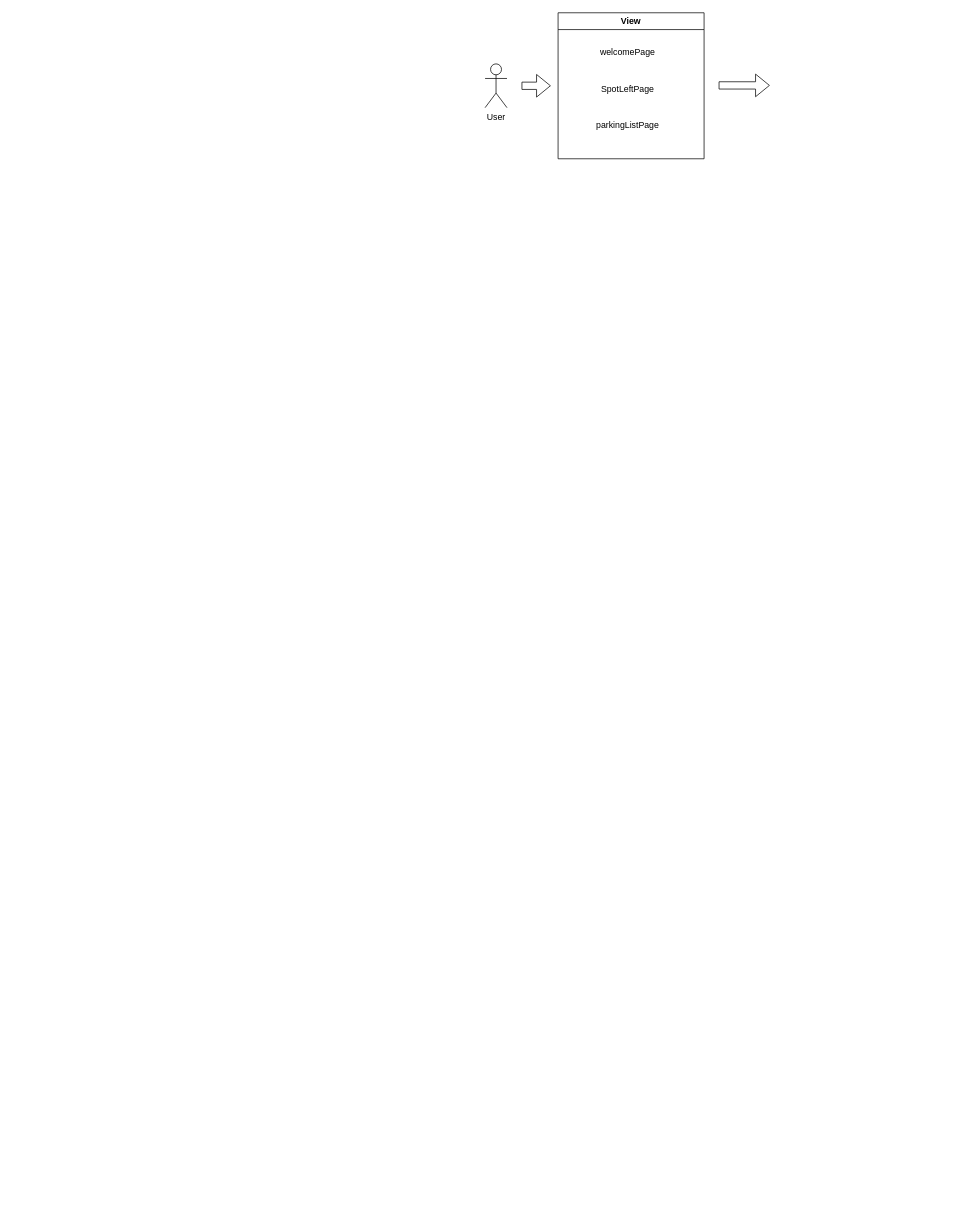
Earlier version of the draw.io diagram sql/Untitled Diagram.drawio (SalkCoding/ParkingHere). Source tidied: cells renumbered, new cells numbered last; positions are measured from the earlier drawing's top-left corner, leaving out a move shared by most shapes. Both pictures are drawn from the tidied source at 73%, with x=0, y=0 at pixel (485, 12).
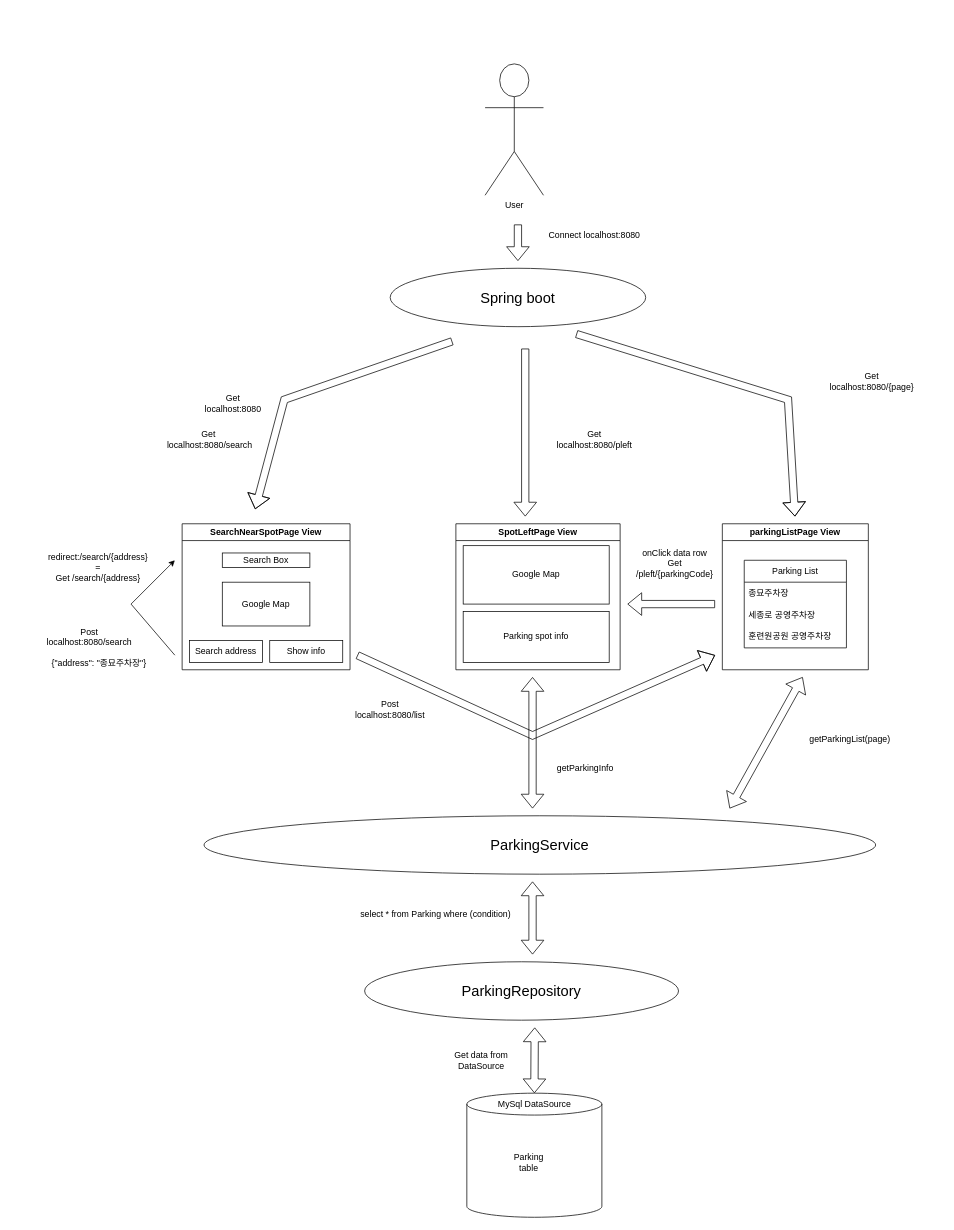
Above is the later version.

Change to the diagram source:
```diff
@@
     <mxCell id="2" value="User" style="shape=umlActor;verticalLabelPosition=bottom;verticalAlign=top;html=1;" parent="1" vertex="1">
-      <mxGeometry y="70" width="30" height="60" as="geometry" />
+      <mxGeometry y="70" width="80" height="180" as="geometry" />
     </mxCell>
-    <mxCell id="3" value="View" style="swimlane;whiteSpace=wrap;html=1;" parent="1" vertex="1">
-      <mxGeometry x="100" width="200" height="200" as="geometry" />
-    </mxCell>
-    <mxCell id="4" value="parkingListPage" style="text;html=1;align=center;verticalAlign=middle;strokeColor=none;fillColor=none;" parent="3" vertex="1">
-      <mxGeometry x="40" y="140" width="110" height="30" as="geometry" />
-    </mxCell>
-    <mxCell id="5" value="SpotLeftPage" style="text;html=1;align=center;verticalAlign=middle;strokeColor=none;fillColor=none;" parent="3" vertex="1">
-      <mxGeometry x="45" y="90" width="100" height="30" as="geometry" />
-    </mxCell>
-    <mxCell id="6" value="welcomePage" style="text;html=1;align=center;verticalAlign=middle;strokeColor=none;fillColor=none;" parent="3" vertex="1">
-      <mxGeometry x="45" y="40" width="100" height="30" as="geometry" />
-    </mxCell>
     <mxCell id="7" style="shape=flexArrow;endArrow=classic;html=1;rounded=0;" parent="1" edge="1">
       <mxGeometry relative="1" as="geometry">
-        <mxPoint x="50" y="100" as="sourcePoint" />
-        <mxPoint x="90" y="100" as="targetPoint" />
+        <mxPoint x="-45" y="450" as="sourcePoint" />
+        <mxPoint x="-315" y="680" as="targetPoint" />
+        <Array as="points">
+          <mxPoint x="-275" y="530" />
+        </Array>
       </mxGeometry>
     </mxCell>
-    <mxCell id="8" style="shape=flexArrow;endArrow=classic;html=1;rounded=0;" parent="1" edge="1">
-      <mxGeometry relative="1" as="geometry">
-        <mxPoint x="320" y="99.5" as="sourcePoint" />
-        <mxPoint x="390" y="99.5" as="targetPoint" />
-      </mxGeometry>
-    </mxCell>
+    <mxCell id="9" style="group;" parent="1" vertex="1">
+      <mxGeometry x="-25" y="1480" width="185" height="170" as="geometry" />
+    </mxCell>
+    <mxCell id="10" style="shape=cylinder3;whiteSpace=wrap;html=1;boundedLbl=1;backgroundOutline=1;size=15;" parent="9" vertex="1">
+      <mxGeometry width="185" height="170" as="geometry" />
+    </mxCell>
+    <mxCell id="11" value="MySql DataSource" style="text;html=1;strokeColor=none;fillColor=none;align=center;verticalAlign=middle;whiteSpace=wrap;rounded=0;" parent="9" vertex="1">
+      <mxGeometry x="27.5" width="130" height="30" as="geometry" />
+    </mxCell>
+    <mxCell id="12" value="Parking table" style="text;html=1;strokeColor=none;fillColor=none;align=center;verticalAlign=middle;whiteSpace=wrap;rounded=0;" parent="9" vertex="1">
+      <mxGeometry x="55" y="80" width="60" height="30" as="geometry" />
+    </mxCell>
+    <mxCell id="13" value="SearchNearSpotPage View" style="swimlane;whiteSpace=wrap;html=1;" parent="1" vertex="1">
+      <mxGeometry x="-415" y="700" width="230" height="200" as="geometry" />
+    </mxCell>
+    <mxCell id="14" value="Search Box" style="rounded=0;whiteSpace=wrap;html=1;" parent="13" vertex="1">
+      <mxGeometry x="55" y="40" width="120" height="20" as="geometry" />
+    </mxCell>
+    <mxCell id="15" value="Google Map" style="rounded=0;whiteSpace=wrap;html=1;" parent="13" vertex="1">
+      <mxGeometry x="55" y="80" width="120" height="60" as="geometry" />
+    </mxCell>
+    <mxCell id="16" value="Search address" style="rounded=0;whiteSpace=wrap;html=1;" parent="13" vertex="1">
+      <mxGeometry x="10" y="160" width="100" height="30" as="geometry" />
+    </mxCell>
+    <mxCell id="17" value="Show info" style="rounded=0;whiteSpace=wrap;html=1;" parent="13" vertex="1">
+      <mxGeometry x="120" y="160" width="100" height="30" as="geometry" />
+    </mxCell>
+    <mxCell id="18" value="Get&lt;br&gt;localhost:8080" style="text;html=1;strokeColor=none;fillColor=none;align=center;verticalAlign=middle;whiteSpace=wrap;rounded=0;" parent="1" vertex="1">
+      <mxGeometry x="-395" y="520" width="100" height="30" as="geometry" />
+    </mxCell>
+    <mxCell id="19" value="&lt;font style=&quot;font-size: 20px;&quot;&gt;ParkingService&lt;/font&gt;" style="ellipse;whiteSpace=wrap;html=1;" parent="1" vertex="1">
+      <mxGeometry x="-385" y="1100" width="920" height="80" as="geometry" />
+    </mxCell>
+    <mxCell id="20" value="&lt;font style=&quot;font-size: 20px;&quot;&gt;ParkingRepository&lt;/font&gt;" style="ellipse;whiteSpace=wrap;html=1;" parent="1" vertex="1">
+      <mxGeometry x="-165" y="1300" width="430" height="80" as="geometry" />
+    </mxCell>
+    <mxCell id="21" style="shape=flexArrow;endArrow=classic;startArrow=classic;html=1;rounded=0;" parent="1" edge="1">
+      <mxGeometry relative="1" as="geometry">
+        <mxPoint x="65" y="1290" as="sourcePoint" />
+        <mxPoint x="65" y="1190" as="targetPoint" />
+      </mxGeometry>
+    </mxCell>
+    <mxCell id="22" style="shape=flexArrow;endArrow=classic;startArrow=classic;html=1;rounded=0;" parent="1" edge="1" source="11">
+      <mxGeometry relative="1" as="geometry">
+        <mxPoint x="68" y="1390" as="targetPoint" />
+      </mxGeometry>
+    </mxCell>
+    <mxCell id="23" value="Get data from DataSource" style="text;html=1;strokeColor=none;fillColor=none;align=center;verticalAlign=middle;whiteSpace=wrap;rounded=0;" parent="1" vertex="1">
+      <mxGeometry x="-75" y="1420" width="140" height="30" as="geometry" />
+    </mxCell>
+    <mxCell id="24" value="SpotLeftPage View" style="swimlane;whiteSpace=wrap;html=1;" parent="1" vertex="1">
+      <mxGeometry x="-40" y="700" width="225" height="200" as="geometry" />
+    </mxCell>
+    <mxCell id="25" value="Google Map" style="rounded=0;whiteSpace=wrap;html=1;" parent="24" vertex="1">
+      <mxGeometry x="10" y="30" width="200" height="80" as="geometry" />
+    </mxCell>
+    <mxCell id="26" value="Parking spot info" style="rounded=0;whiteSpace=wrap;html=1;" parent="24" vertex="1">
+      <mxGeometry x="10" y="120" width="200" height="70" as="geometry" />
+    </mxCell>
+    <mxCell id="27" value="Get&amp;nbsp;&lt;br&gt;localhost:8080/search" style="text;html=1;strokeColor=none;fillColor=none;align=center;verticalAlign=middle;whiteSpace=wrap;rounded=0;" parent="1" vertex="1">
+      <mxGeometry x="-437.5" y="570" width="120" height="30" as="geometry" />
+    </mxCell>
+    <mxCell id="28" style="shape=flexArrow;endArrow=classic;html=1;rounded=0;" parent="1" edge="1">
+      <mxGeometry relative="1" as="geometry">
+        <mxPoint x="55" y="460" as="sourcePoint" />
+        <mxPoint x="55" y="690" as="targetPoint" />
+      </mxGeometry>
+    </mxCell>
+    <mxCell id="29" value="parkingListPage View" style="swimlane;whiteSpace=wrap;html=1;" parent="1" vertex="1">
+      <mxGeometry x="325" y="700" width="200" height="200" as="geometry" />
+    </mxCell>
+    <mxCell id="30" value="Parking List" style="swimlane;fontStyle=0;horizontal=1;startSize=30;whiteSpace=wrap;html=1;" parent="29" vertex="1">
+      <mxGeometry x="30" y="50" width="140" height="120" as="geometry" />
+    </mxCell>
+    <mxCell id="31" value="종묘주차장" style="text;strokeColor=none;fillColor=none;align=left;verticalAlign=middle;spacingLeft=4;spacingRight=4;overflow=hidden;whiteSpace=wrap;html=1;" parent="30" vertex="1">
+      <mxGeometry y="30" width="140" height="30" as="geometry" />
+    </mxCell>
+    <mxCell id="32" value="세종로 공영주차장" style="text;strokeColor=none;fillColor=none;align=left;verticalAlign=middle;spacingLeft=4;spacingRight=4;overflow=hidden;whiteSpace=wrap;html=1;" parent="30" vertex="1">
+      <mxGeometry y="60" width="140" height="30" as="geometry" />
+    </mxCell>
+    <mxCell id="33" value="훈련원공원 공영주차장" style="text;strokeColor=none;fillColor=none;align=left;verticalAlign=middle;spacingLeft=4;spacingRight=4;overflow=hidden;whiteSpace=wrap;html=1;" parent="30" vertex="1">
+      <mxGeometry y="90" width="140" height="30" as="geometry" />
+    </mxCell>
+    <mxCell id="34" style="shape=flexArrow;endArrow=classic;html=1;rounded=0;" parent="1" edge="1">
+      <mxGeometry relative="1" as="geometry">
+        <mxPoint x="125" y="440" as="sourcePoint" />
+        <mxPoint x="424.5" y="690" as="targetPoint" />
+        <Array as="points">
+          <mxPoint x="415" y="530" />
+        </Array>
+      </mxGeometry>
+    </mxCell>
+    <mxCell id="35" value="Get&lt;br&gt;localhost:8080/pleft" style="text;html=1;strokeColor=none;fillColor=none;align=center;verticalAlign=middle;whiteSpace=wrap;rounded=0;" parent="1" vertex="1">
+      <mxGeometry x="55" y="570" width="190" height="30" as="geometry" />
+    </mxCell>
+    <mxCell id="36" value="Get&lt;br&gt;localhost:8080/{page}" style="text;html=1;strokeColor=none;fillColor=none;align=center;verticalAlign=middle;whiteSpace=wrap;rounded=0;" parent="1" vertex="1">
+      <mxGeometry x="435" y="490" width="190" height="30" as="geometry" />
+    </mxCell>
+    <mxCell id="37" style="shape=flexArrow;endArrow=classic;startArrow=classic;html=1;rounded=0;" parent="1" edge="1">
+      <mxGeometry relative="1" as="geometry">
+        <mxPoint x="335" y="1090" as="sourcePoint" />
+        <mxPoint x="435" y="910" as="targetPoint" />
+      </mxGeometry>
+    </mxCell>
+    <mxCell id="38" style="shape=flexArrow;endArrow=classic;startArrow=classic;html=1;rounded=0;" parent="1" edge="1">
+      <mxGeometry relative="1" as="geometry">
+        <mxPoint x="65" y="1090" as="sourcePoint" />
+        <mxPoint x="65" y="910" as="targetPoint" />
+      </mxGeometry>
+    </mxCell>
+    <mxCell id="39" value="getParkingList(page)" style="text;html=1;strokeColor=none;fillColor=none;align=center;verticalAlign=middle;whiteSpace=wrap;rounded=0;" parent="1" vertex="1">
+      <mxGeometry x="435" y="980" width="130" height="30" as="geometry" />
+    </mxCell>
+    <mxCell id="40" value="select * from Parking where (condition)" style="text;html=1;strokeColor=none;fillColor=none;align=center;verticalAlign=middle;whiteSpace=wrap;rounded=0;" parent="1" vertex="1">
+      <mxGeometry x="-190" y="1220" width="245" height="30" as="geometry" />
+    </mxCell>
+    <mxCell id="41" style="shape=flexArrow;endArrow=classic;html=1;rounded=0;" parent="1" edge="1">
+      <mxGeometry relative="1" as="geometry">
+        <mxPoint x="315" y="810" as="sourcePoint" />
+        <mxPoint x="195" y="810" as="targetPoint" />
+      </mxGeometry>
+    </mxCell>
+    <mxCell id="42" value="onClick data row&lt;br&gt;Get&lt;br&gt;/pleft/{parkingCode}" style="text;html=1;strokeColor=none;fillColor=none;align=center;verticalAlign=middle;whiteSpace=wrap;rounded=0;" parent="1" vertex="1">
+      <mxGeometry x="205" y="720" width="110" height="70" as="geometry" />
+    </mxCell>
+    <mxCell id="43" style="shape=flexArrow;endArrow=classic;html=1;rounded=0;" parent="1" edge="1">
+      <mxGeometry relative="1" as="geometry">
+        <mxPoint x="-175" y="880" as="sourcePoint" />
+        <mxPoint x="315" y="880" as="targetPoint" />
+        <Array as="points">
+          <mxPoint x="65" y="990" />
+        </Array>
+      </mxGeometry>
+    </mxCell>
+    <mxCell id="44" value="Post&lt;br&gt;localhost:8080/list" style="text;html=1;strokeColor=none;fillColor=none;align=center;verticalAlign=middle;whiteSpace=wrap;rounded=0;" parent="1" vertex="1">
+      <mxGeometry x="-185" y="940" width="110" height="30" as="geometry" />
+    </mxCell>
+    <mxCell id="45" style="endArrow=classic;html=1;rounded=0;" parent="1" edge="1">
+      <mxGeometry relative="1" as="geometry">
+        <mxPoint x="-425" y="880" as="sourcePoint" />
+        <mxPoint x="-425" y="750" as="targetPoint" />
+        <Array as="points">
+          <mxPoint x="-485" y="810" />
+        </Array>
+      </mxGeometry>
+    </mxCell>
+    <mxCell id="46" value="Post&lt;br&gt;localhost:8080/search&lt;br&gt;&lt;br&gt;&lt;span style=&quot;white-space: pre;&quot;&gt;&#9;&lt;/span&gt;{&quot;address&quot;: &quot;종묘주차장&quot;}" style="text;html=1;strokeColor=none;fillColor=none;align=center;verticalAlign=middle;whiteSpace=wrap;rounded=0;" parent="1" vertex="1">
+      <mxGeometry x="-647.5" y="820" width="210" height="100" as="geometry" />
+    </mxCell>
+    <mxCell id="47" value="getParkingInfo" style="text;html=1;strokeColor=none;fillColor=none;align=center;verticalAlign=middle;whiteSpace=wrap;rounded=0;" parent="1" vertex="1">
+      <mxGeometry x="55" y="1020" width="165" height="30" as="geometry" />
+    </mxCell>
+    <mxCell id="48" value="redirect:/search/{address}&lt;br&gt;=&lt;br&gt;Get /search/{address}" style="text;html=1;strokeColor=none;fillColor=none;align=center;verticalAlign=middle;whiteSpace=wrap;rounded=0;" parent="1" vertex="1">
+      <mxGeometry x="-605" y="730" width="150" height="60" as="geometry" />
+    </mxCell>
+    <mxCell id="49" value="&lt;font style=&quot;font-size: 20px;&quot;&gt;Spring boot&lt;/font&gt;" style="ellipse;whiteSpace=wrap;html=1;" parent="1" vertex="1">
+      <mxGeometry x="-130" y="350" width="350" height="80" as="geometry" />
+    </mxCell>
+    <mxCell id="50" style="shape=flexArrow;endArrow=classic;html=1;rounded=0;" parent="1" edge="1">
+      <mxGeometry relative="1" as="geometry">
+        <mxPoint x="45" y="290" as="sourcePoint" />
+        <mxPoint x="45" y="340" as="targetPoint" />
+      </mxGeometry>
+    </mxCell>
+    <mxCell id="51" value="Connect localhost:8080" style="text;html=1;strokeColor=none;fillColor=none;align=center;verticalAlign=middle;whiteSpace=wrap;rounded=0;" parent="1" vertex="1">
+      <mxGeometry x="75" y="290" width="150" height="30" as="geometry" />
+    </mxCell>
```
